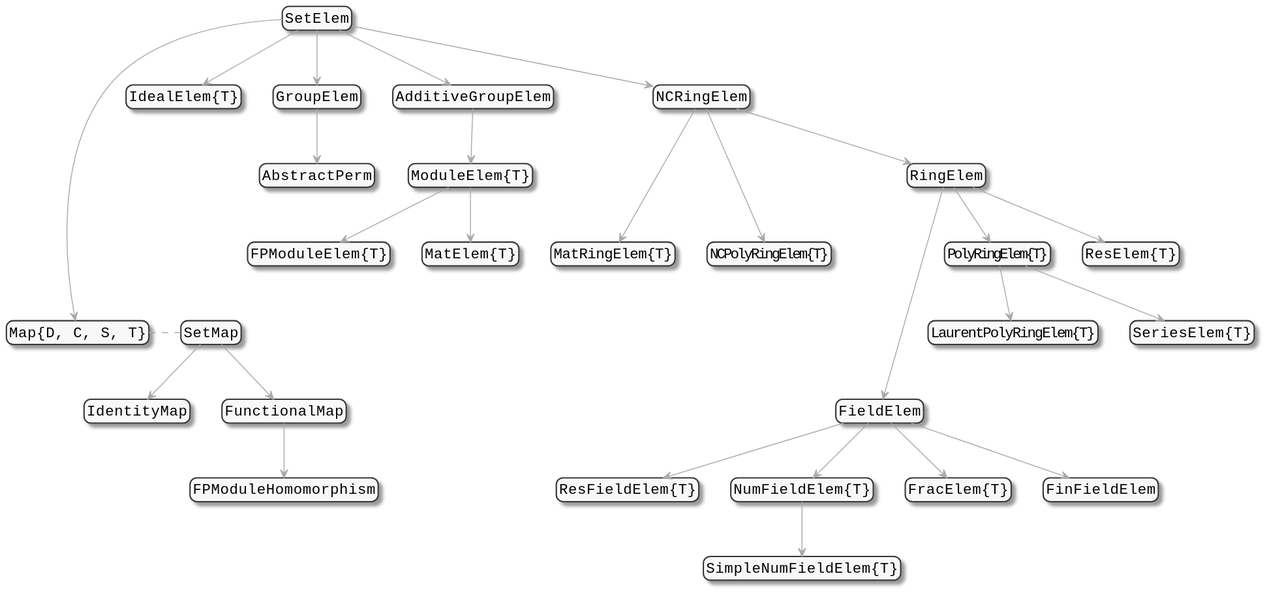
oscar-system/OscarDocumentation keeps this PlantUML diagram as previews/PR6015/AbstractAlgebra/assets/elements_diagram.svg. Above is the earlier version. Source of this version:
```plantuml
@startuml
skinparam monochrome true
skinparam defaultFontName Monospaced
skinparam defaultFontSize 16
skinparam objectArrowColor DarkGray
skinparam RoundCorner 15


"SetElem" -down-> "IdealElem{T}"

"SetElem" -down----> "Map{D, C, S, T}"
"Map{D, C, S, T}" .right. "SetMap"
"SetMap" -down-> "IdentityMap"
"SetMap" -down-> "FunctionalMap"
"FunctionalMap" -down-> "FPModuleHomomorphism"

"SetElem" -down-> "GroupElem"
"GroupElem" -down-> "AbstractPerm"

"SetElem" -down-> "AdditiveGroupElem"
"AdditiveGroupElem" -down-> "ModuleElem{T}"
"ModuleElem{T}" -down-> "FPModuleElem{T}"
"ModuleElem{T}" -down-> "MatElem{T}"

"SetElem" -down-> "NCRingElem"
"NCRingElem" -down--> "MatRingElem{T}"
"NCRingElem" -down--> "NCPolyRingElem{T}"
"NCRingElem" -down-> "RingElem"

"RingElem" -down-> "PolyRingElem{T}"
"PolyRingElem{T}" -down-> "SeriesElem{T}"
"PolyRingElem{T}" -down-> "LaurentPolyRingElem{T}"
"RingElem" -down-> "ResElem{T}"
"RingElem" -down---> "FieldElem"

"FieldElem" -down-> "FinFieldElem"
"FieldElem" -down-> "ResFieldElem{T}"
"FieldElem" -down-> "NumFieldElem{T}"
"NumFieldElem{T}" -down-> "SimpleNumFieldElem{T}"
"FieldElem" -down-> "FracElem{T}"

hide members
hide circle

@enduml
```
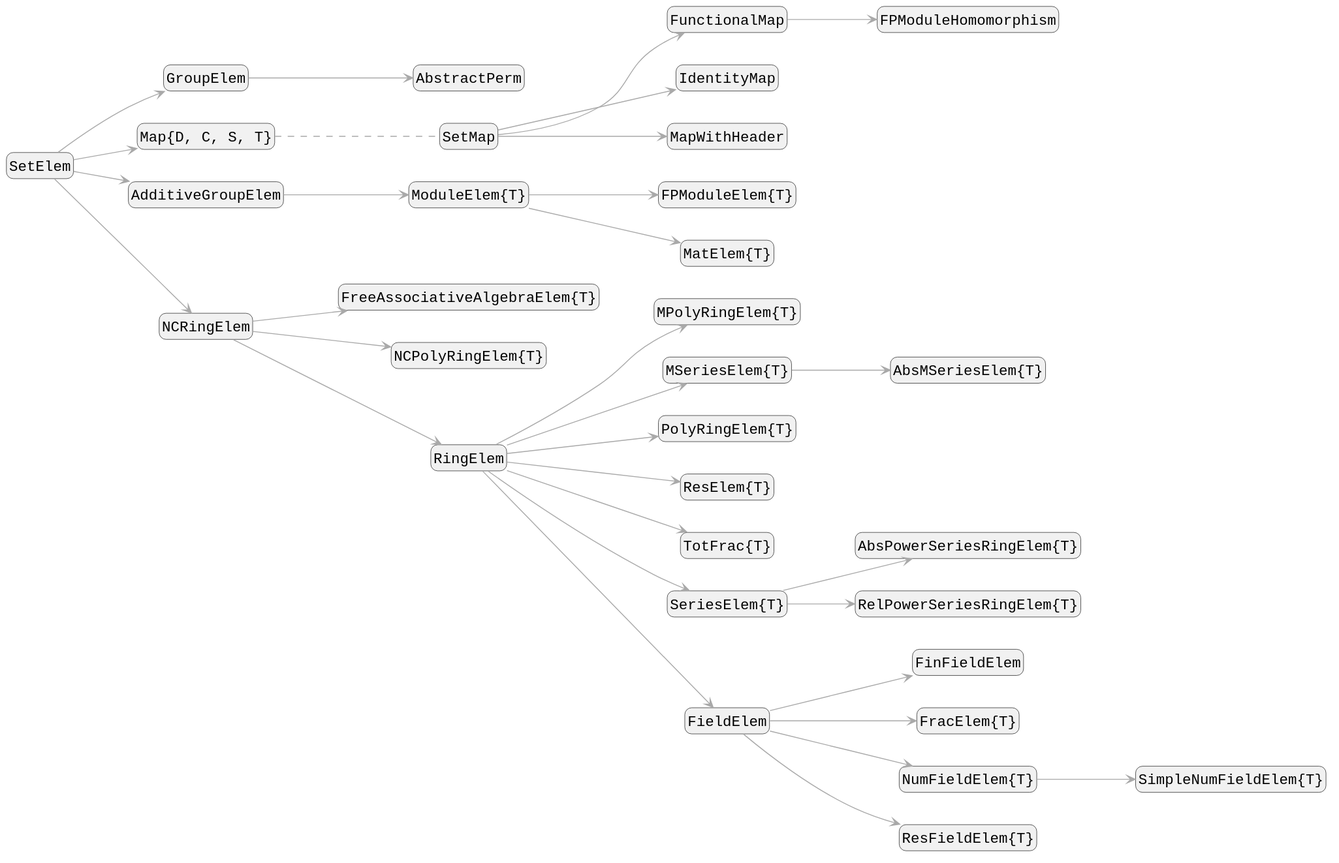
The same file after the commit.

The edit, as a diff of the source:
```diff
@@ -4,42 +4,41 @@
 skinparam defaultFontSize 16
 skinparam objectArrowColor DarkGray
 skinparam RoundCorner 15
+left to right direction
 
+"SetElem" --> "GroupElem"
+"GroupElem" --> "AbstractPerm"
+"SetElem" --> "Map{D, C, S, T}"
+"SetElem" --> "AdditiveGroupElem"
+"AdditiveGroupElem" --> "ModuleElem{T}"
+"ModuleElem{T}" --> "FPModuleElem{T}"
+"ModuleElem{T}" --> "MatElem{T}"
+"SetElem" --> "NCRingElem"
+"NCRingElem" --> "FreeAssociativeAlgebraElem{T}"
+"NCRingElem" --> "NCPolyRingElem{T}"
+"NCRingElem" --> "RingElem"
+"RingElem" --> "MPolyRingElem{T}"
+"RingElem" --> "MSeriesElem{T}"
+"MSeriesElem{T}" --> "AbsMSeriesElem{T}"
+"RingElem" --> "PolyRingElem{T}"
+"RingElem" --> "ResElem{T}"
+"RingElem" --> "TotFrac{T}"
+"RingElem" --> "SeriesElem{T}"
+"SeriesElem{T}" --> "AbsPowerSeriesRingElem{T}"
+"SeriesElem{T}" --> "RelPowerSeriesRingElem{T}"
+"RingElem" --> "FieldElem"
+"FieldElem" --> "FinFieldElem"
+"FieldElem" --> "FracElem{T}"
+"FieldElem" --> "NumFieldElem{T}"
+"NumFieldElem{T}" --> "SimpleNumFieldElem{T}"
+"FieldElem" --> "ResFieldElem{T}"
 
-"SetElem" -down-> "IdealElem{T}"
+"SetMap" --> "FunctionalMap"
+"FunctionalMap" --> "FPModuleHomomorphism"
+"SetMap" --> "IdentityMap"
+"SetMap" --> "MapWithHeader"
 
-"SetElem" -down----> "Map{D, C, S, T}"
-"Map{D, C, S, T}" .right. "SetMap"
-"SetMap" -down-> "IdentityMap"
-"SetMap" -down-> "FunctionalMap"
-"FunctionalMap" -down-> "FPModuleHomomorphism"
-
-"SetElem" -down-> "GroupElem"
-"GroupElem" -down-> "AbstractPerm"
-
-"SetElem" -down-> "AdditiveGroupElem"
-"AdditiveGroupElem" -down-> "ModuleElem{T}"
-"ModuleElem{T}" -down-> "FPModuleElem{T}"
-"ModuleElem{T}" -down-> "MatElem{T}"
-
-"SetElem" -down-> "NCRingElem"
-"NCRingElem" -down--> "MatRingElem{T}"
-"NCRingElem" -down--> "NCPolyRingElem{T}"
-"NCRingElem" -down-> "RingElem"
-
-"RingElem" -down-> "PolyRingElem{T}"
-"PolyRingElem{T}" -down-> "SeriesElem{T}"
-"PolyRingElem{T}" -down-> "LaurentPolyRingElem{T}"
-"RingElem" -down-> "ResElem{T}"
-"RingElem" -down---> "FieldElem"
-
-"FieldElem" -down-> "FinFieldElem"
-"FieldElem" -down-> "ResFieldElem{T}"
-"FieldElem" -down-> "NumFieldElem{T}"
-"NumFieldElem{T}" -down-> "SimpleNumFieldElem{T}"
-"FieldElem" -down-> "FracElem{T}"
-
+"Map{D, C, S, T}" .. "SetMap"
 hide members
 hide circle
-
 @enduml
```
